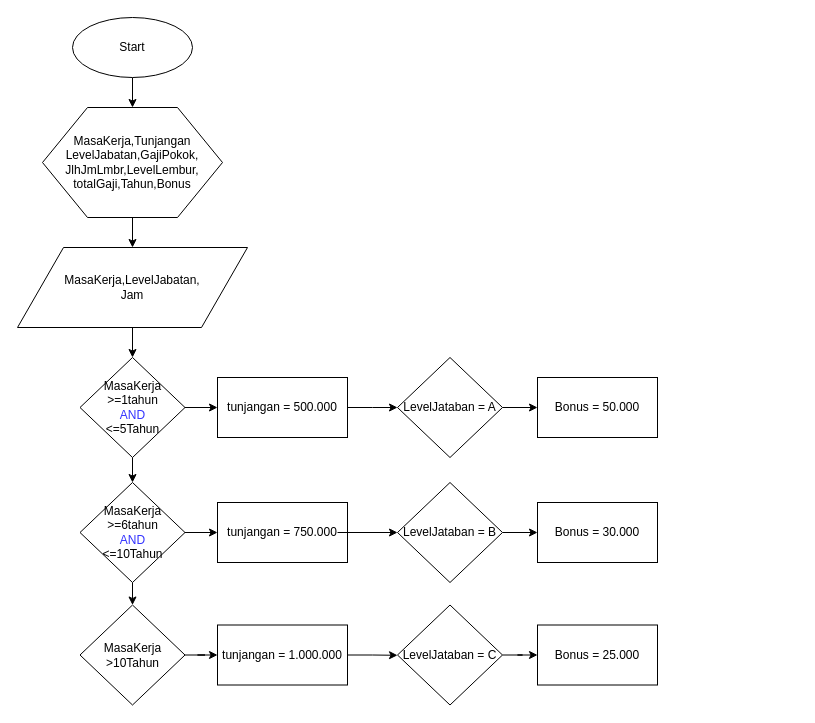
This is page "Page-1" (1 of 3) of Soal Ke - 3.drawio from suryaindra23/belajar, a draw.io file, before an edit. Source tidied: cells renumbered, new cells numbered last; positions are measured from the earlier drawing's top-left corner, leaving out a move shared by most shapes. Both pictures are drawn from the tidied source at 100%, with x=0, y=0 at pixel (17, 17).
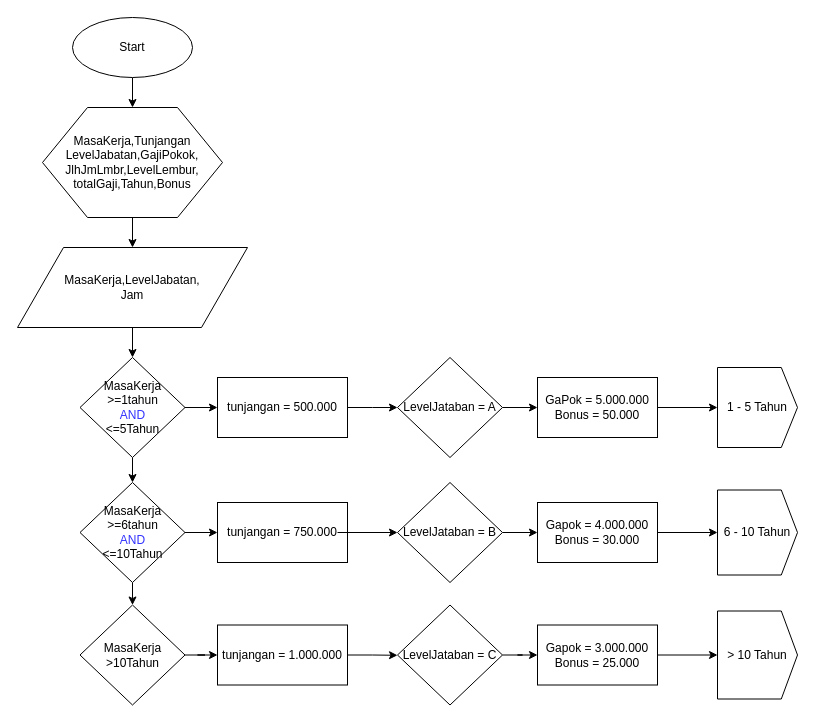
The same page after the edit.

What changed in the source:
```diff
@@
+    <mxCell id="31" style="edgeStyle=orthogonalEdgeStyle;rounded=0;jettySize=auto;html=1;" parent="1" edge="1" source="24" target="34">
+      <mxGeometry relative="1" as="geometry" />
+    </mxCell>
-    <mxCell id="24" value="Bonus = 50.000" style="rounded=0;whiteSpace=wrap;html=1;" parent="1" vertex="1">
+    <mxCell id="24" value="GaPok = 5.000.000&lt;br&gt;Bonus = 50.000" style="rounded=0;whiteSpace=wrap;html=1;" parent="1" vertex="1">
       <mxGeometry x="520" y="360" width="120" height="60" as="geometry" />
     </mxCell>
@@
+    <mxCell id="32" style="edgeStyle=orthogonalEdgeStyle;rounded=0;jettySize=auto;html=1;" parent="1" edge="1" source="27" target="35">
+      <mxGeometry relative="1" as="geometry" />
+    </mxCell>
-    <mxCell id="27" value="Bonus = 30.000" style="rounded=0;whiteSpace=wrap;html=1;" parent="1" vertex="1">
+    <mxCell id="27" value="Gapok = 4.000.000&lt;br&gt;Bonus = 30.000" style="rounded=0;whiteSpace=wrap;html=1;" parent="1" vertex="1">
       <mxGeometry x="520" y="485" width="120" height="60" as="geometry" />
     </mxCell>
@@
+    <mxCell id="33" style="edgeStyle=orthogonalEdgeStyle;rounded=0;jettySize=auto;html=1;" parent="1" edge="1" source="30" target="36">
+      <mxGeometry relative="1" as="geometry" />
+    </mxCell>
-    <mxCell id="30" value="Bonus = 25.000" style="rounded=0;whiteSpace=wrap;html=1;" parent="1" vertex="1">
+    <mxCell id="30" value="Gapok = 3.000.000&lt;br&gt;Bonus = 25.000" style="rounded=0;whiteSpace=wrap;html=1;" parent="1" vertex="1">
       <mxGeometry x="520" y="607.5" width="120" height="60" as="geometry" />
     </mxCell>
+    <mxCell id="34" value="1 - 5 Tahun" style="shape=offPageConnector;whiteSpace=wrap;html=1;direction=north;size=0.2025862068965516;" parent="1" vertex="1">
+      <mxGeometry x="700" y="350" width="80" height="80" as="geometry" />
+    </mxCell>
+    <mxCell id="35" value="6 - 10 Tahun" style="shape=offPageConnector;whiteSpace=wrap;html=1;direction=north;size=0.2025862068965516;" parent="1" vertex="1">
+      <mxGeometry x="700" y="472.5" width="80" height="85" as="geometry" />
+    </mxCell>
+    <mxCell id="36" value="&amp;gt; 10 Tahun" style="shape=offPageConnector;whiteSpace=wrap;html=1;direction=north;size=0.2025862068965516;" parent="1" vertex="1">
+      <mxGeometry x="700" y="593.5" width="80" height="88" as="geometry" />
+    </mxCell>
```
